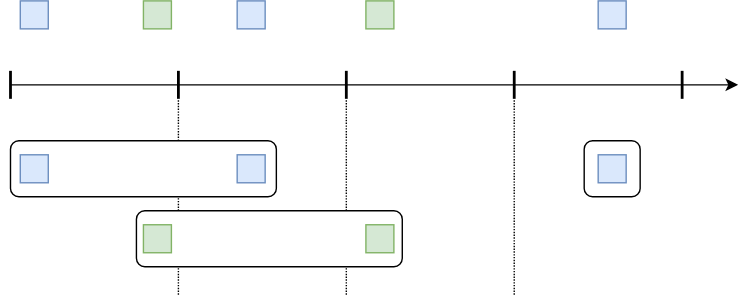
Before: docs/assets/images/session-window.svg, a diagram exported from draw.io (sfeir-open-source/sfeir-school-kafka). Source tidied: cells renumbered, new cells last; positions are measured from the earlier drawing's top-left corner, leaving out a move shared by most shapes.
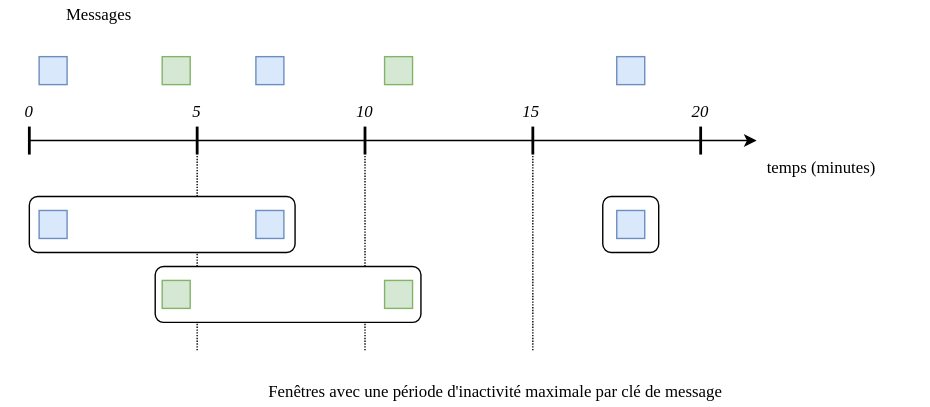
Above is the later version.

Change to the diagram source:
```diff
@@ -95,5 +95,29 @@
     <mxCell id="23" style="rounded=0;whiteSpace=wrap;html=1;fillColor=#dae8fc;strokeColor=#6c8ebf;" parent="1" vertex="1">
       <mxGeometry x="420" y="110" width="20" height="20" as="geometry" />
     </mxCell>
+    <mxCell id="24" value="Messages" style="text;html=1;strokeColor=none;fillColor=none;align=center;verticalAlign=middle;whiteSpace=wrap;rounded=0;dashed=1;fontFamily=Verdana;" parent="1" vertex="1">
+      <mxGeometry x="15" y="-40" width="70" height="20" as="geometry" />
+    </mxCell>
+    <mxCell id="25" value="0" style="text;html=1;strokeColor=none;fillColor=none;align=center;verticalAlign=middle;whiteSpace=wrap;rounded=0;dashed=1;fontFamily=Verdana;fontStyle=2;" parent="1" vertex="1">
+      <mxGeometry x="-20" y="30" width="40" height="20" as="geometry" />
+    </mxCell>
+    <mxCell id="26" value="5" style="text;html=1;strokeColor=none;fillColor=none;align=center;verticalAlign=middle;whiteSpace=wrap;rounded=0;dashed=1;fontFamily=Verdana;fontStyle=2;" parent="1" vertex="1">
+      <mxGeometry x="100" y="30" width="40" height="20" as="geometry" />
+    </mxCell>
+    <mxCell id="27" value="10" style="text;html=1;strokeColor=none;fillColor=none;align=center;verticalAlign=middle;whiteSpace=wrap;rounded=0;dashed=1;fontFamily=Verdana;fontStyle=2;" parent="1" vertex="1">
+      <mxGeometry x="220" y="30" width="40" height="20" as="geometry" />
+    </mxCell>
+    <mxCell id="28" value="15" style="text;html=1;strokeColor=none;fillColor=none;align=center;verticalAlign=middle;whiteSpace=wrap;rounded=0;dashed=1;fontFamily=Verdana;fontStyle=2;" parent="1" vertex="1">
+      <mxGeometry x="339" y="30" width="40" height="20" as="geometry" />
+    </mxCell>
+    <mxCell id="29" value="20" style="text;html=1;strokeColor=none;fillColor=none;align=center;verticalAlign=middle;whiteSpace=wrap;rounded=0;dashed=1;fontFamily=Verdana;fontStyle=2;" parent="1" vertex="1">
+      <mxGeometry x="460" y="30" width="40" height="20" as="geometry" />
+    </mxCell>
+    <mxCell id="30" value="temps (minutes)" style="text;html=1;strokeColor=none;fillColor=none;align=center;verticalAlign=middle;whiteSpace=wrap;rounded=0;dashed=1;fontFamily=Verdana;" parent="1" vertex="1">
+      <mxGeometry x="490" y="70" width="153" height="20" as="geometry" />
+    </mxCell>
+    <mxCell id="31" value="Fenêtres avec une période d'inactivité maximale par clé de message" style="text;html=1;strokeColor=none;fillColor=none;align=center;verticalAlign=middle;whiteSpace=wrap;rounded=0;dashed=1;fontFamily=Verdana;" parent="1" vertex="1">
+      <mxGeometry x="116" y="230" width="435" height="20" as="geometry" />
+    </mxCell>
   </root>
 </mxGraphModel>
```
